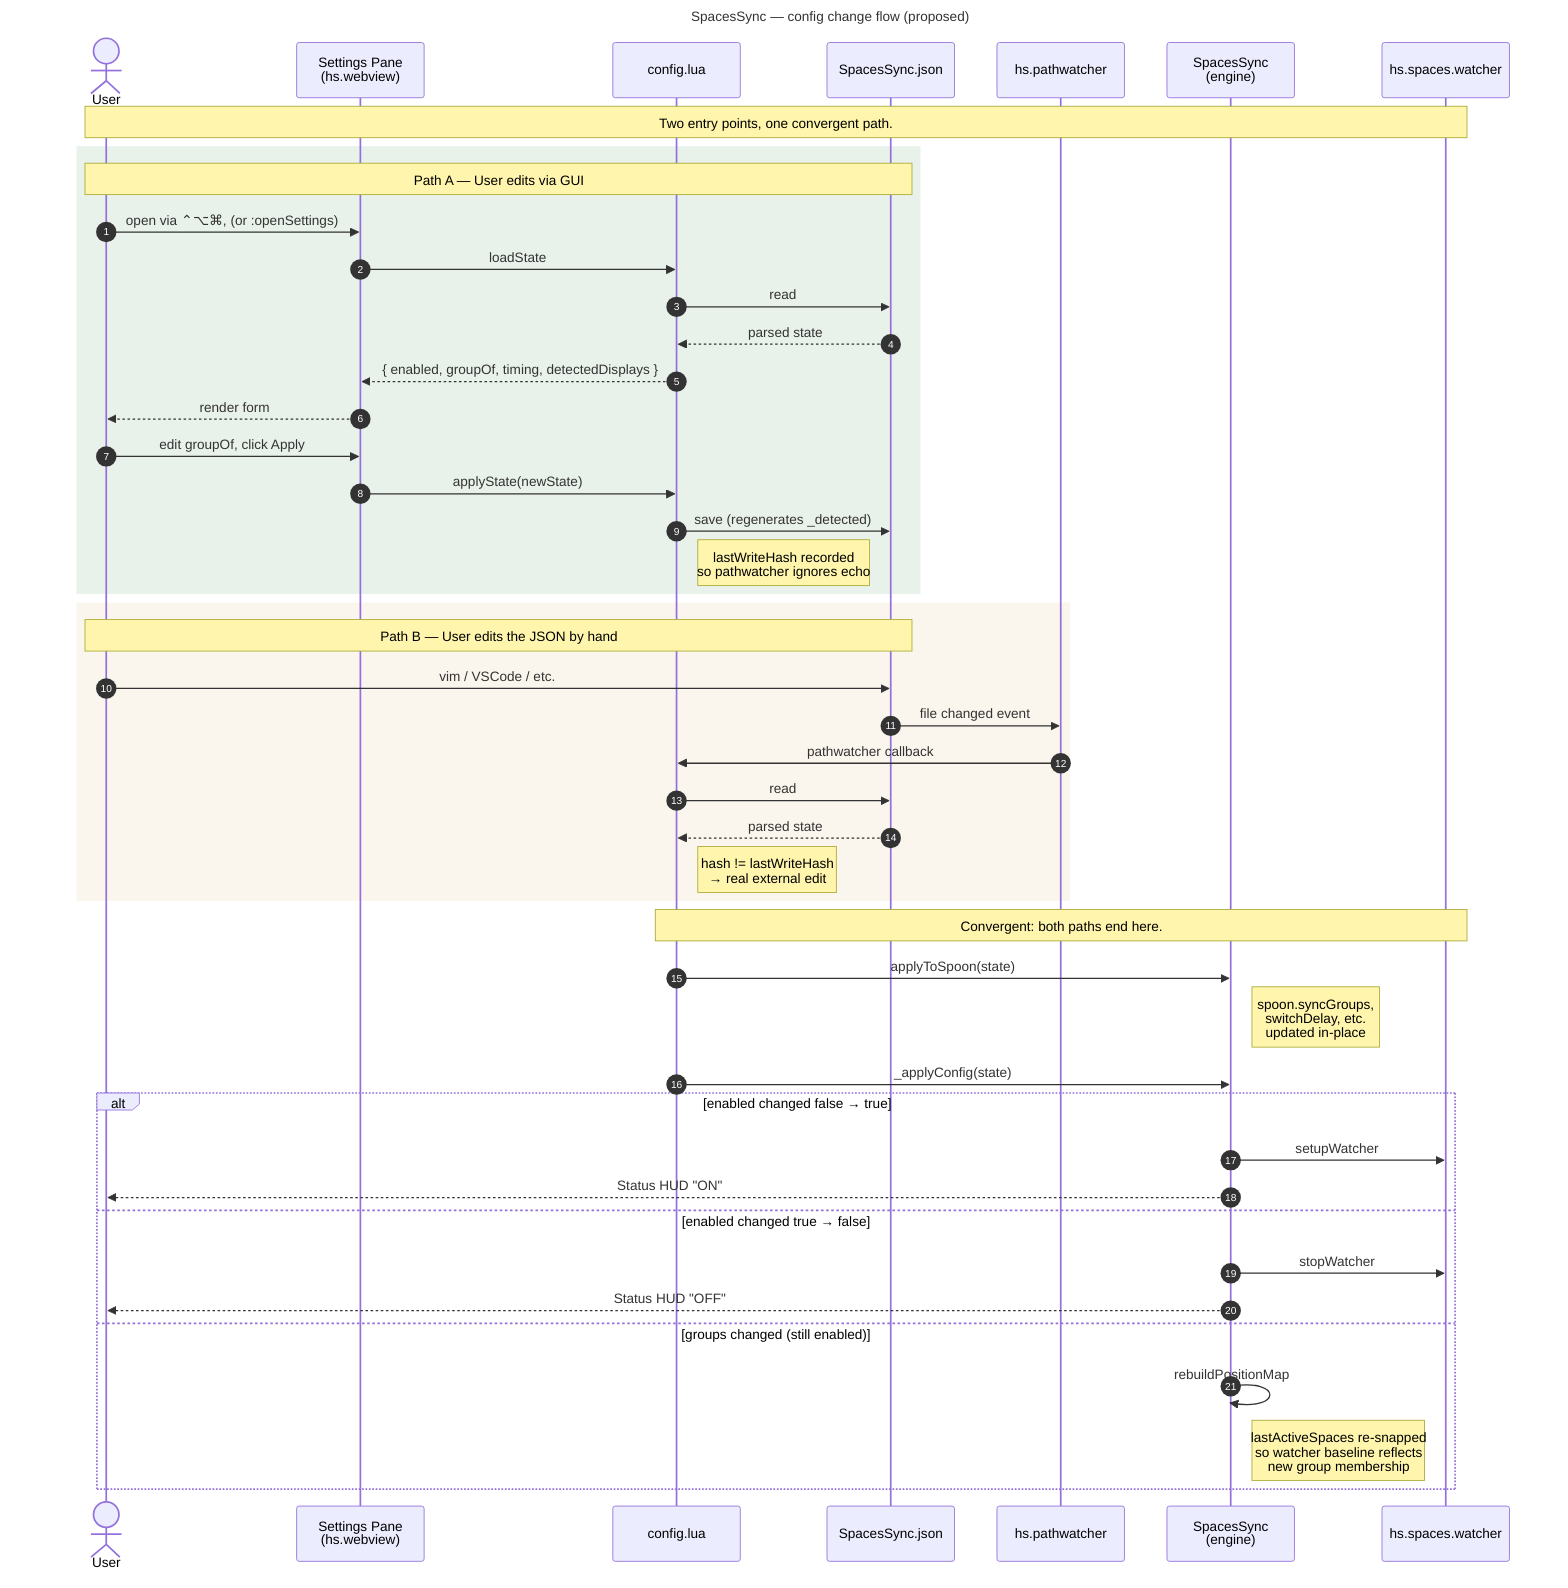
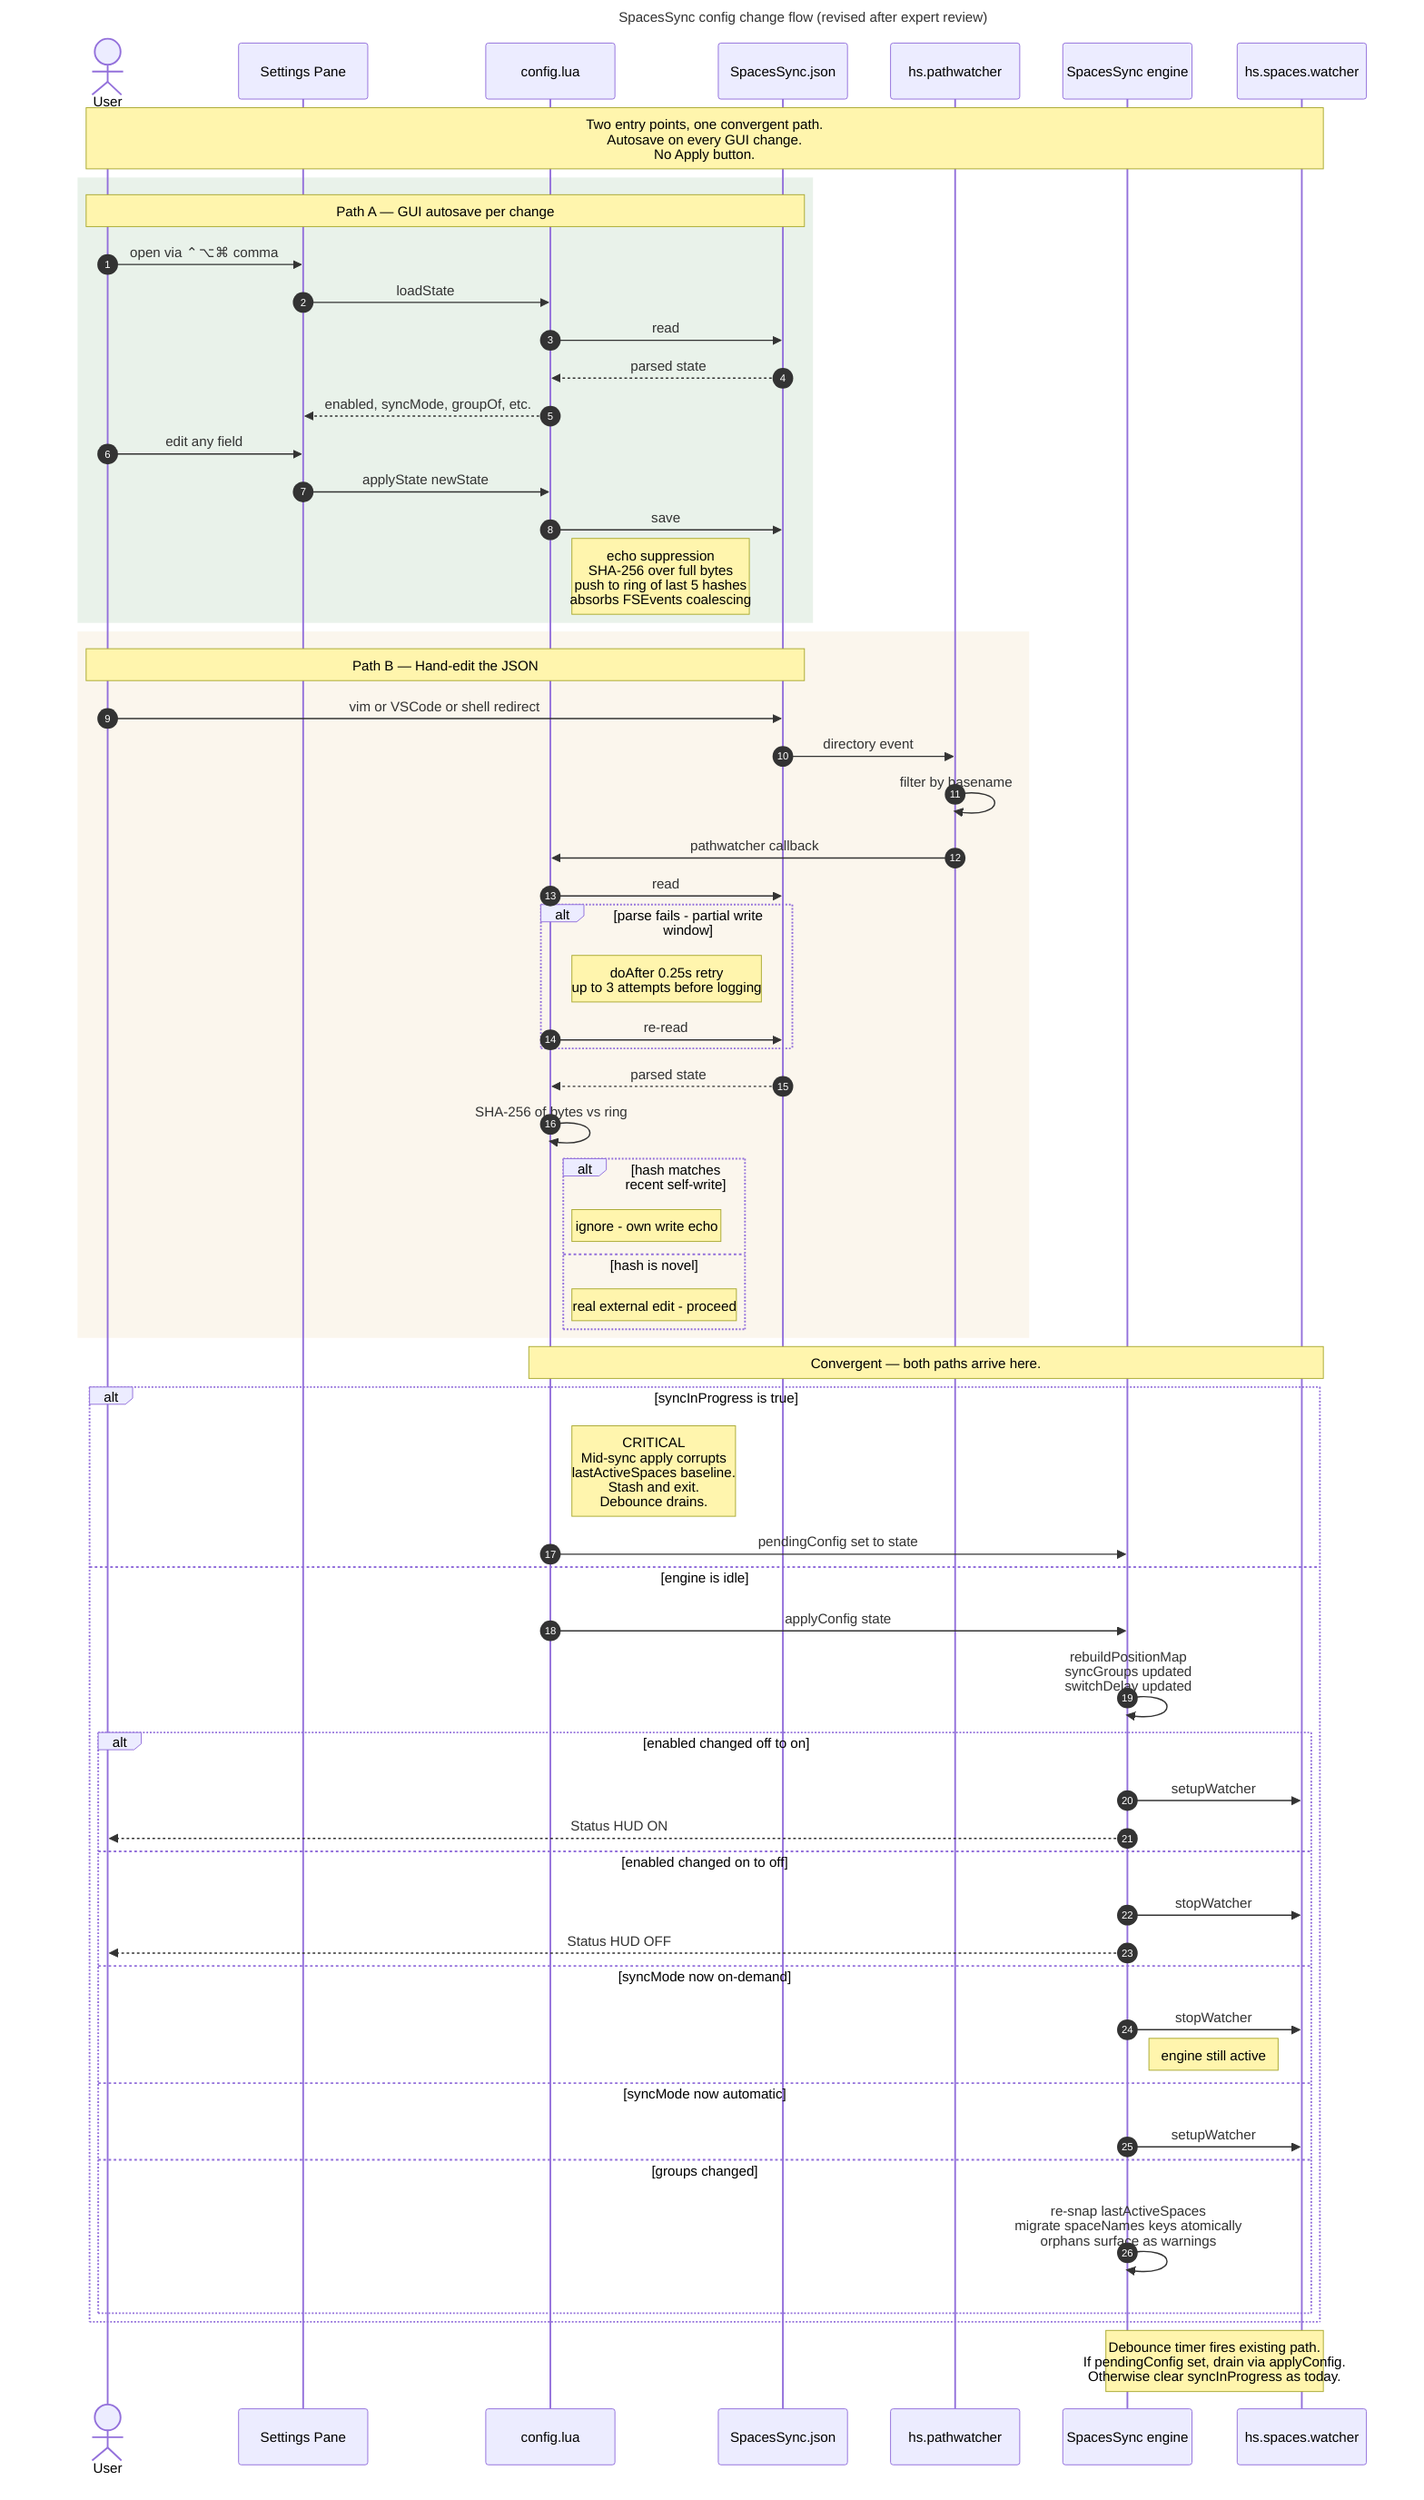
---
- title: SpacesSync — config change flow (proposed)
+ title: SpacesSync config change flow (revised after expert review)
---
sequenceDiagram
    autonumber
    actor User
-     participant GUI as Settings Pane<br/>(hs.webview)
+     participant GUI as Settings Pane
    participant Cfg as config.lua
    participant JSON as SpacesSync.json
    participant PW as hs.pathwatcher
-     participant Spoon as SpacesSync<br/>(engine)
+     participant Spoon as SpacesSync engine
    participant Watcher as hs.spaces.watcher

-     Note over User,Watcher: Two entry points, one convergent path.
+     Note over User,Watcher: Two entry points, one convergent path.<br/>Autosave on every GUI change.<br/>No Apply button.

    rect rgba(46,125,50,0.10)
-         Note over User,JSON: Path A — User edits via GUI
-         User->>GUI: open via ⌃⌥⌘, (or :openSettings)
+         Note over User,JSON: Path A — GUI autosave per change
+         User->>GUI: open via ⌃⌥⌘ comma
        GUI->>Cfg: loadState
        Cfg->>JSON: read
        JSON-->>Cfg: parsed state
-         Cfg-->>GUI: { enabled, groupOf, timing, detectedDisplays }
-         GUI-->>User: render form
-         User->>GUI: edit groupOf, click Apply
-         GUI->>Cfg: applyState(newState)
-         Cfg->>JSON: save (regenerates _detected)
-         Note right of Cfg: lastWriteHash recorded<br/>so pathwatcher ignores echo
+         Cfg-->>GUI: enabled, syncMode, groupOf, etc.
+         User->>GUI: edit any field
+         GUI->>Cfg: applyState newState
+         Cfg->>JSON: save
+         Note right of Cfg: echo suppression<br/>SHA-256 over full bytes<br/>push to ring of last 5 hashes<br/>absorbs FSEvents coalescing
    end

    rect rgba(212,168,83,0.10)
-         Note over User,JSON: Path B — User edits the JSON by hand
-         User->>JSON: vim / VSCode / etc.
-         JSON->>PW: file changed event
+         Note over User,JSON: Path B — Hand-edit the JSON
+         User->>JSON: vim or VSCode or shell redirect
+         JSON->>PW: directory event
+         PW->>PW: filter by basename
        PW->>Cfg: pathwatcher callback
        Cfg->>JSON: read
+ 
+         alt parse fails - partial write window
+             Note right of Cfg: doAfter 0.25s retry<br/>up to 3 attempts before logging
+             Cfg->>JSON: re-read
+         end
+ 
        JSON-->>Cfg: parsed state
-         Note right of Cfg: hash != lastWriteHash<br/>→ real external edit
+         Cfg->>Cfg: SHA-256 of bytes vs ring
+ 
+         alt hash matches recent self-write
+             Note right of Cfg: ignore - own write echo
+         else hash is novel
+             Note right of Cfg: real external edit - proceed
+         end
    end

-     Note over Cfg,Watcher: Convergent: both paths end here.
+     Note over Cfg,Watcher: Convergent — both paths arrive here.

-     Cfg->>Spoon: applyToSpoon(state)
-     Note right of Spoon: spoon.syncGroups,<br/>switchDelay, etc.<br/>updated in-place
-     Cfg->>Spoon: _applyConfig(state)
+     alt syncInProgress is true
+         Note right of Cfg: CRITICAL<br/>Mid-sync apply corrupts<br/>lastActiveSpaces baseline.<br/>Stash and exit.<br/>Debounce drains.
+         Cfg->>Spoon: pendingConfig set to state
+     else engine is idle
+         Cfg->>Spoon: applyConfig state
+         Spoon->>Spoon: rebuildPositionMap<br/>syncGroups updated<br/>switchDelay updated

-     alt enabled changed false → true
-         Spoon->>Watcher: setupWatcher
-         Spoon-->>User: Status HUD "ON"
-     else enabled changed true → false
-         Spoon->>Watcher: stopWatcher
-         Spoon-->>User: Status HUD "OFF"
-     else groups changed (still enabled)
-         Spoon->>Spoon: rebuildPositionMap
-         Note right of Spoon: lastActiveSpaces re-snapped<br/>so watcher baseline reflects<br/>new group membership
+         alt enabled changed off to on
+             Spoon->>Watcher: setupWatcher
+             Spoon-->>User: Status HUD ON
+         else enabled changed on to off
+             Spoon->>Watcher: stopWatcher
+             Spoon-->>User: Status HUD OFF
+         else syncMode now on-demand
+             Spoon->>Watcher: stopWatcher
+             Note right of Spoon: engine still active
+         else syncMode now automatic
+             Spoon->>Watcher: setupWatcher
+         else groups changed
+             Spoon->>Spoon: re-snap lastActiveSpaces<br/>migrate spaceNames keys atomically<br/>orphans surface as warnings
+         end
    end
+ 
+     Note over Spoon,Watcher: Debounce timer fires existing path.<br/>If pendingConfig set, drain via applyConfig.<br/>Otherwise clear syncInProgress as today.
